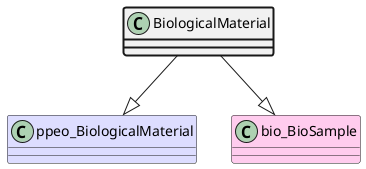
Before: ttl_uml/ttl_appn_BiologicalMaterial.png, a diagram exported from PlantUML (aus-plant-phenomics-network/appn-schema).
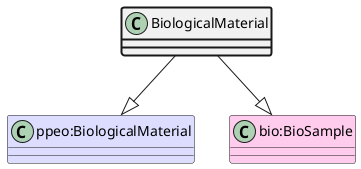
Above is the later version.

The edit, as a diff of the source:
```diff
@@ -1,7 +1,7 @@
 @startuml
 class BiologicalMaterial  #line.bold
-class ppeo_BiologicalMaterial #DDDDFF
-BiologicalMaterial --|> ppeo_BiologicalMaterial
-class bio_BioSample #FFCCEE
-BiologicalMaterial --|> bio_BioSample
+class "ppeo:BiologicalMaterial" #DDDDFF
+BiologicalMaterial --|> "ppeo:BiologicalMaterial"
+class "bio:BioSample" #FFCCEE
+BiologicalMaterial --|> "bio:BioSample"
 @enduml
```
